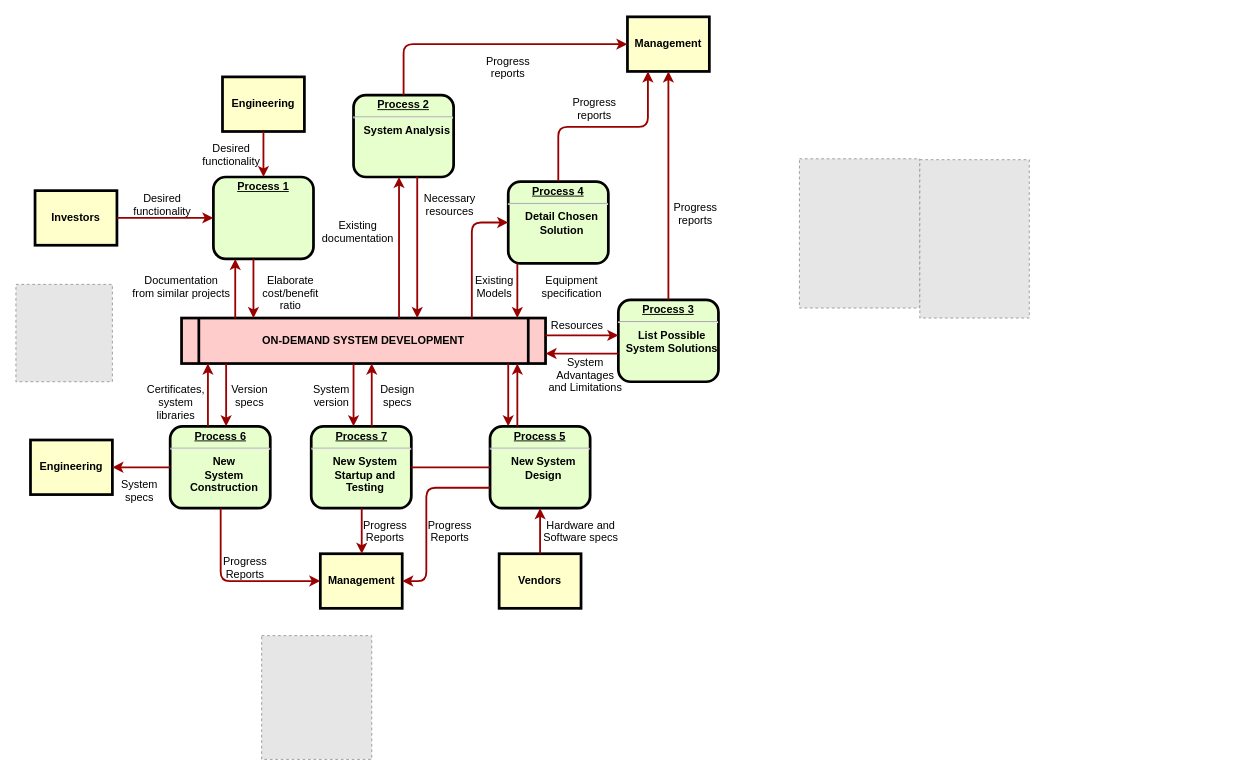
KirisaameMarisa/draw.io keeps this draw.io diagram as 毕业论文框架图.drawio. Above is the earlier version. Source tidied: cells renumbered, new cells numbered last; positions are measured from the earlier drawing's top-left corner, leaving out a move shared by most shapes. Both pictures are drawn from the tidied source at 91%, with x=0, y=0 at pixel (15, 16). Pictures stored in the file or linked from it are replaced by grey dashed boxes.
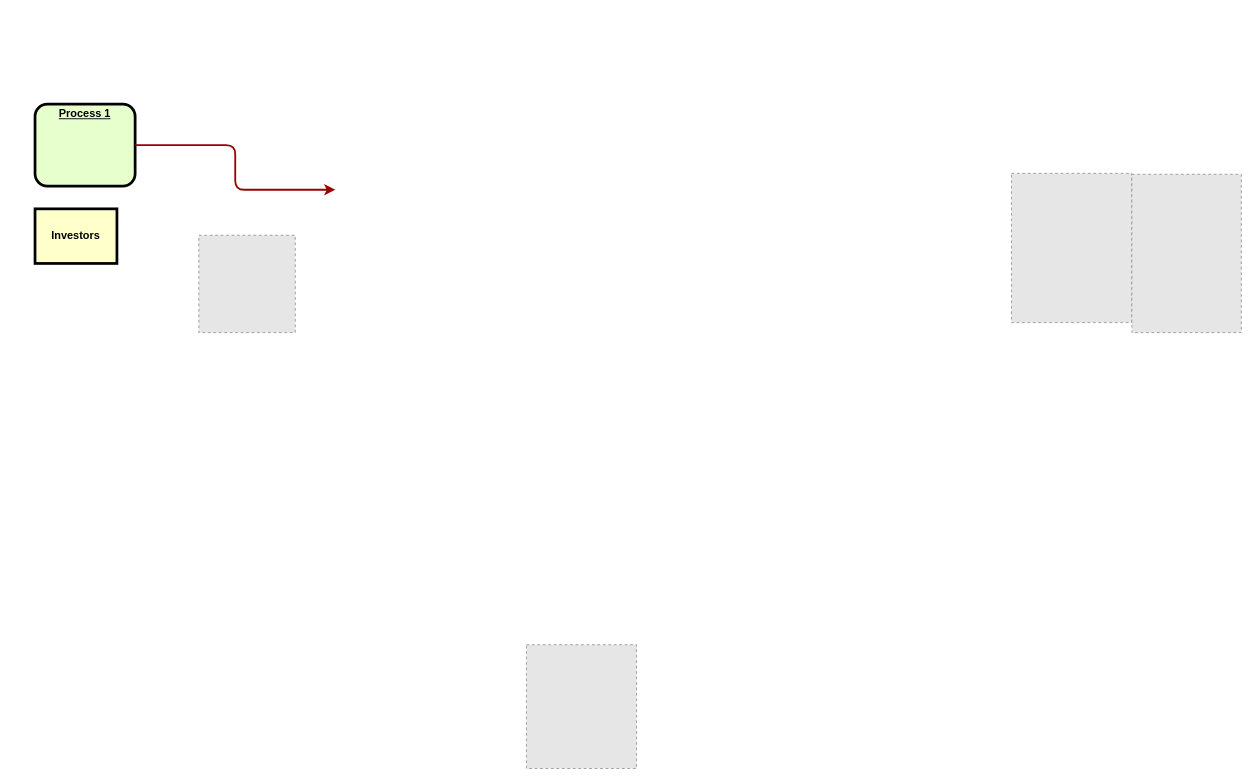
Above is the later version.

Commit message (it also covers changes not shown here):
更新毕业论文框架图.drawio

Diff of the diagram source:
```diff
@@
     <mxCell id="2" value="&lt;p style=&quot;margin: 0px; margin-top: 4px; text-align: center; text-decoration: underline;&quot;&gt;&lt;strong&gt;Process 1&lt;/strong&gt;&lt;/p&gt;&lt;p style=&quot;margin: 0px; margin-left: 8px;&quot;&gt;&lt;br&gt;&lt;/p&gt;" style="verticalAlign=middle;align=center;overflow=fill;fontSize=12;fontFamily=Helvetica;html=1;rounded=1;fontStyle=1;strokeWidth=3;fillColor=#E6FFCC;" parent="1" vertex="1">
-      <mxGeometry x="217" y="176" width="110" height="90" as="geometry" />
+      <mxGeometry x="21" y="96" width="110" height="90" as="geometry" />
     </mxCell>
-    <mxCell id="3" value="Engineering" style="whiteSpace=wrap;align=center;verticalAlign=middle;fontStyle=1;strokeWidth=3;fillColor=#FFFFCC;" parent="1" vertex="1">
-      <mxGeometry x="227" y="66" width="90" height="60" as="geometry" />
-    </mxCell>
     <mxCell id="4" value="Investors" style="whiteSpace=wrap;align=center;verticalAlign=middle;fontStyle=1;strokeWidth=3;fillColor=#FFFFCC;" parent="1" vertex="1">
-      <mxGeometry x="21" y="191" width="90" height="60" as="geometry" />
+      <mxGeometry x="21" y="211" width="90" height="60" as="geometry" />
     </mxCell>
-    <mxCell id="5" value="ON-DEMAND SYSTEM DEVELOPMENT" style="shape=process;whiteSpace=wrap;align=center;verticalAlign=middle;size=0.0475;fontStyle=1;strokeWidth=3;fillColor=#FFCCCC;" parent="1" vertex="1">
-      <mxGeometry x="182" y="331" width="400" height="50" as="geometry" />
-    </mxCell>
-    <mxCell id="6" value="&lt;p style=&quot;margin: 0px; margin-top: 4px; text-align: center; text-decoration: underline;&quot;&gt;&lt;strong&gt;Process 2&lt;br /&gt;&lt;/strong&gt;&lt;/p&gt;&lt;hr /&gt;&lt;p style=&quot;margin: 0px; margin-left: 8px;&quot;&gt;System Analysis&lt;/p&gt;" style="verticalAlign=middle;align=center;overflow=fill;fontSize=12;fontFamily=Helvetica;html=1;rounded=1;fontStyle=1;strokeWidth=3;fillColor=#E6FFCC;" parent="1" vertex="1">
-      <mxGeometry x="371" y="86" width="110" height="90" as="geometry" />
-    </mxCell>
-    <mxCell id="7" value="&lt;p style=&quot;margin: 0px; margin-top: 4px; text-align: center; text-decoration: underline;&quot;&gt;&lt;strong&gt;&lt;strong&gt;Process&lt;/strong&gt; 3&lt;br /&gt;&lt;/strong&gt;&lt;/p&gt;&lt;hr /&gt;&lt;p style=&quot;margin: 0px; margin-left: 8px;&quot;&gt;List Possible&lt;/p&gt;&lt;p style=&quot;margin: 0px; margin-left: 8px;&quot;&gt;System Solutions&lt;/p&gt;" style="verticalAlign=middle;align=center;overflow=fill;fontSize=12;fontFamily=Helvetica;html=1;rounded=1;fontStyle=1;strokeWidth=3;fillColor=#E6FFCC;" parent="1" vertex="1">
-      <mxGeometry x="662" y="311" width="110" height="90" as="geometry" />
-    </mxCell>
-    <mxCell id="8" value="&lt;p style=&quot;margin: 0px; margin-top: 4px; text-align: center; text-decoration: underline;&quot;&gt;&lt;strong&gt;&lt;strong&gt;Process&lt;/strong&gt; 4&lt;br /&gt;&lt;/strong&gt;&lt;/p&gt;&lt;hr /&gt;&lt;p style=&quot;margin: 0px; margin-left: 8px;&quot;&gt;Detail Chosen&lt;/p&gt;&lt;p style=&quot;margin: 0px; margin-left: 8px;&quot;&gt;Solution&lt;/p&gt;" style="verticalAlign=middle;align=center;overflow=fill;fontSize=12;fontFamily=Helvetica;html=1;rounded=1;fontStyle=1;strokeWidth=3;fillColor=#E6FFCC;" parent="1" vertex="1">
-      <mxGeometry x="541" y="181" width="110" height="90" as="geometry" />
-    </mxCell>
-    <mxCell id="9" value="&lt;p style=&quot;margin: 0px; margin-top: 4px; text-align: center; text-decoration: underline;&quot;&gt;&lt;strong&gt;&lt;strong&gt;Process&lt;/strong&gt; 5&lt;br /&gt;&lt;/strong&gt;&lt;/p&gt;&lt;hr /&gt;&lt;p style=&quot;margin: 0px; margin-left: 8px;&quot;&gt;New System&lt;/p&gt;&lt;p style=&quot;margin: 0px; margin-left: 8px;&quot;&gt;Design&lt;/p&gt;" style="verticalAlign=middle;align=center;overflow=fill;fontSize=12;fontFamily=Helvetica;html=1;rounded=1;fontStyle=1;strokeWidth=3;fillColor=#E6FFCC;" parent="1" vertex="1">
-      <mxGeometry x="521" y="450" width="110" height="90" as="geometry" />
-    </mxCell>
-    <mxCell id="10" value="&lt;p style=&quot;margin: 0px; margin-top: 4px; text-align: center; text-decoration: underline;&quot;&gt;&lt;strong&gt;&lt;strong&gt;Process&lt;/strong&gt; 6&lt;br /&gt;&lt;/strong&gt;&lt;/p&gt;&lt;hr /&gt;&lt;p style=&quot;margin: 0px; margin-left: 8px;&quot;&gt;New&lt;/p&gt;&lt;p style=&quot;margin: 0px; margin-left: 8px;&quot;&gt;System&lt;/p&gt;&lt;p style=&quot;margin: 0px; margin-left: 8px;&quot;&gt;Construction&lt;/p&gt;" style="verticalAlign=middle;align=center;overflow=fill;fontSize=12;fontFamily=Helvetica;html=1;rounded=1;fontStyle=1;strokeWidth=3;fillColor=#E6FFCC;" parent="1" vertex="1">
-      <mxGeometry x="169.5" y="450" width="110" height="90" as="geometry" />
-    </mxCell>
-    <mxCell id="11" value="Management" style="whiteSpace=wrap;align=center;verticalAlign=middle;fontStyle=1;strokeWidth=3;fillColor=#FFFFCC;" parent="1" vertex="1">
-      <mxGeometry x="672" width="90" height="60" as="geometry" />
-    </mxCell>
-    <mxCell id="12" value="Management" style="whiteSpace=wrap;align=center;verticalAlign=middle;fontStyle=1;strokeWidth=3;fillColor=#FFFFCC;" parent="1" vertex="1">
-      <mxGeometry x="334.5" y="590" width="90" height="60" as="geometry" />
-    </mxCell>
-    <mxCell id="13" value="Engineering" style="whiteSpace=wrap;align=center;verticalAlign=middle;fontStyle=1;strokeWidth=3;fillColor=#FFFFCC;" parent="1" vertex="1">
-      <mxGeometry x="16" y="465" width="90" height="60" as="geometry" />
-    </mxCell>
-    <mxCell id="14" value="Vendors" style="whiteSpace=wrap;align=center;verticalAlign=middle;fontStyle=1;strokeWidth=3;fillColor=#FFFFCC;" parent="1" vertex="1">
-      <mxGeometry x="531" y="590" width="90" height="60" as="geometry" />
-    </mxCell>
-    <mxCell id="15" style="edgeStyle=none;noEdgeStyle=1;strokeColor=#990000;strokeWidth=2;" parent="1" edge="1" source="3" target="2">
-      <mxGeometry relative="1" as="geometry" />
-    </mxCell>
-    <mxCell id="16" style="edgeStyle=none;noEdgeStyle=1;strokeColor=#990000;strokeWidth=2;" parent="1" edge="1" source="4" target="2">
-      <mxGeometry relative="1" as="geometry" />
-    </mxCell>
-    <mxCell id="17" value="&lt;p style=&quot;margin: 0px; margin-top: 4px; text-align: center; text-decoration: underline;&quot;&gt;&lt;strong&gt;&lt;strong&gt;Process&lt;/strong&gt; 7&lt;br /&gt;&lt;/strong&gt;&lt;/p&gt;&lt;hr /&gt;&lt;p style=&quot;margin: 0px; margin-left: 8px;&quot;&gt;New System&lt;/p&gt;&lt;p style=&quot;margin: 0px; margin-left: 8px;&quot;&gt;Startup and&lt;/p&gt;&lt;p style=&quot;margin: 0px; margin-left: 8px;&quot;&gt;Testing&lt;/p&gt;" style="verticalAlign=middle;align=center;overflow=fill;fontSize=12;fontFamily=Helvetica;html=1;rounded=1;fontStyle=1;strokeWidth=3;fillColor=#E6FFCC;" parent="1" vertex="1">
-      <mxGeometry x="324.5" y="450" width="110" height="90" as="geometry" />
-    </mxCell>
-    <mxCell id="18" style="endArrow=none;noEdgeStyle=1;strokeColor=#990000;strokeWidth=2;" parent="1" edge="1" source="9" target="17">
-      <mxGeometry relative="1" as="geometry" />
-    </mxCell>
-    <mxCell id="19" value="Desired &#10;functionality" style="text;spacingTop=-5;align=center;" parent="1" vertex="1">
-      <mxGeometry x="146" y="191" width="30" height="20" as="geometry" />
-    </mxCell>
-    <mxCell id="20" value="Desired &#10;functionality" style="text;spacingTop=-5;align=center;" parent="1" vertex="1">
-      <mxGeometry x="222" y="136" width="30" height="20" as="geometry" />
-    </mxCell>
-    <mxCell id="21" value="Documentation&#10;from similar projects" style="text;spacingTop=-5;align=center;" parent="1" vertex="1">
-      <mxGeometry x="167" y="281" width="30" height="20" as="geometry" />
-    </mxCell>
-    <mxCell id="22" style="edgeStyle=elbowEdgeStyle;elbow=horizontal;strokeColor=#990000;strokeWidth=2;" parent="1" edge="1" source="5" target="2">
-      <mxGeometry relative="1" as="geometry">
-        <Array as="points">
-          <mxPoint x="241" y="310" />
-        </Array>
-      </mxGeometry>
-    </mxCell>
-    <mxCell id="23" style="edgeStyle=elbowEdgeStyle;elbow=horizontal;strokeColor=#990000;strokeWidth=2;" parent="1" edge="1" source="2" target="5">
+    <mxCell id="23" style="edgeStyle=elbowEdgeStyle;elbow=horizontal;strokeColor=#990000;strokeWidth=2;" parent="1" edge="1" source="2">
       <mxGeometry relative="1" as="geometry">
-        <Array as="points">
-          <mxPoint x="261" y="300" />
-        </Array>
+        <mxPoint x="351" y="190" as="targetPoint" />
       </mxGeometry>
     </mxCell>
-    <mxCell id="24" value="Elaborate&#10;cost/benefit&#10;ratio" style="text;spacingTop=-5;align=center;" parent="1" vertex="1">
-      <mxGeometry x="287" y="281" width="30" height="20" as="geometry" />
-    </mxCell>
-    <mxCell id="25" style="edgeStyle=elbowEdgeStyle;elbow=horizontal;strokeColor=#990000;strokeWidth=2;" parent="1" edge="1" source="5" target="6">
-      <mxGeometry relative="1" as="geometry">
-        <Array as="points">
-          <mxPoint x="421" y="250" />
-        </Array>
-      </mxGeometry>
-    </mxCell>
-    <mxCell id="26" style="edgeStyle=elbowEdgeStyle;elbow=horizontal;strokeColor=#990000;strokeWidth=2;" parent="1" edge="1" source="6" target="5">
-      <mxGeometry relative="1" as="geometry">
-        <Array as="points">
-          <mxPoint x="441" y="260" />
-        </Array>
-      </mxGeometry>
-    </mxCell>
-    <mxCell id="27" value="Existing&#10;documentation" style="text;spacingTop=-5;align=center;" parent="1" vertex="1">
-      <mxGeometry x="361" y="221" width="30" height="20" as="geometry" />
-    </mxCell>
-    <mxCell id="28" value="Necessary&#10;resources" style="text;spacingTop=-5;align=center;" parent="1" vertex="1">
-      <mxGeometry x="462" y="191" width="30" height="20" as="geometry" />
-    </mxCell>
-    <mxCell id="29" value="Progress&#10;reports" style="text;spacingTop=-5;align=center;" parent="1" vertex="1">
-      <mxGeometry x="526" y="40" width="30" height="20" as="geometry" />
-    </mxCell>
-    <mxCell id="30" value="Progress&#10;reports" style="text;spacingTop=-5;align=center;" parent="1" vertex="1">
-      <mxGeometry x="621" y="86" width="30" height="20" as="geometry" />
-    </mxCell>
-    <mxCell id="31" value="Progress&#10;reports" style="text;spacingTop=-5;align=center;" parent="1" vertex="1">
-      <mxGeometry x="732" y="201" width="30" height="20" as="geometry" />
-    </mxCell>
-    <mxCell id="32" style="edgeStyle=elbowEdgeStyle;elbow=horizontal;strokeColor=#990000;strokeWidth=2;" parent="1" edge="1" source="6" target="11">
-      <mxGeometry relative="1" as="geometry">
-        <Array as="points">
-          <mxPoint x="426" y="80" />
-        </Array>
-      </mxGeometry>
-    </mxCell>
-    <mxCell id="33" style="edgeStyle=elbowEdgeStyle;elbow=vertical;entryX=0.25;entryY=1;strokeColor=#990000;strokeWidth=2;" parent="1" edge="1" source="8" target="11">
-      <mxGeometry relative="1" as="geometry" />
-    </mxCell>
-    <mxCell id="34" style="edgeStyle=elbowEdgeStyle;elbow=horizontal;strokeColor=#990000;strokeWidth=2;" parent="1" edge="1" source="7" target="11">
-      <mxGeometry relative="1" as="geometry" />
-    </mxCell>
-    <mxCell id="35" style="edgeStyle=elbowEdgeStyle;elbow=horizontal;strokeColor=#990000;strokeWidth=2;" parent="1" edge="1" source="8" target="5">
-      <mxGeometry relative="1" as="geometry">
-        <Array as="points">
-          <mxPoint x="551" y="300" />
-        </Array>
-      </mxGeometry>
-    </mxCell>
-    <mxCell id="36" style="edgeStyle=segmentEdgeStyle;strokeColor=#990000;strokeWidth=2;" parent="1" edge="1" source="5" target="8">
-      <mxGeometry relative="1" as="geometry">
-        <Array as="points">
-          <mxPoint x="501" y="226" />
-        </Array>
-      </mxGeometry>
-    </mxCell>
-    <mxCell id="37" value="Existing&#10;Models" style="text;spacingTop=-5;align=center;" parent="1" vertex="1">
-      <mxGeometry x="511" y="281" width="30" height="20" as="geometry" />
-    </mxCell>
-    <mxCell id="38" value="Equipment&#10;specification" style="text;spacingTop=-5;align=center;" parent="1" vertex="1">
-      <mxGeometry x="596" y="281" width="30" height="20" as="geometry" />
-    </mxCell>
-    <mxCell id="39" style="edgeStyle=elbowEdgeStyle;elbow=vertical;strokeColor=#990000;strokeWidth=2;" parent="1" edge="1" source="5" target="7">
-      <mxGeometry relative="1" as="geometry">
-        <Array as="points">
-          <mxPoint x="631" y="350" />
-        </Array>
-      </mxGeometry>
-    </mxCell>
-    <mxCell id="40" style="edgeStyle=elbowEdgeStyle;elbow=vertical;strokeColor=#990000;strokeWidth=2;" parent="1" edge="1" source="7" target="5">
-      <mxGeometry relative="1" as="geometry">
-        <Array as="points">
-          <mxPoint x="631" y="370" />
-        </Array>
-      </mxGeometry>
-    </mxCell>
-    <mxCell id="41" value="Resources" style="text;spacingTop=-5;align=center;" parent="1" vertex="1">
-      <mxGeometry x="602" y="331" width="30" height="20" as="geometry" />
-    </mxCell>
-    <mxCell id="42" value="System &#10;Advantages &#10;and Limitations" style="text;spacingTop=-5;align=center;" parent="1" vertex="1">
-      <mxGeometry x="611" y="371" width="30" height="20" as="geometry" />
-    </mxCell>
-    <mxCell id="43" style="edgeStyle=elbowEdgeStyle;elbow=horizontal;strokeColor=#990000;strokeWidth=2;" parent="1" edge="1" source="9" target="5">
-      <mxGeometry relative="1" as="geometry">
-        <Array as="points">
-          <mxPoint x="551" y="410" />
-        </Array>
-      </mxGeometry>
-    </mxCell>
-    <mxCell id="44" style="edgeStyle=elbowEdgeStyle;elbow=horizontal;strokeColor=#990000;strokeWidth=2;" parent="1" edge="1" source="5" target="9">
-      <mxGeometry relative="1" as="geometry">
-        <Array as="points">
-          <mxPoint x="541" y="420" />
-        </Array>
-      </mxGeometry>
-    </mxCell>
-    <mxCell id="45" style="edgeStyle=elbowEdgeStyle;elbow=horizontal;strokeColor=#990000;strokeWidth=2;" parent="1" edge="1" source="14" target="9">
-      <mxGeometry relative="1" as="geometry" />
-    </mxCell>
-    <mxCell id="46" value="Hardware and&#10;Software specs" style="text;spacingTop=-5;align=center;" parent="1" vertex="1">
-      <mxGeometry x="606" y="550" width="30" height="20" as="geometry" />
-    </mxCell>
-    <mxCell id="47" style="edgeStyle=elbowEdgeStyle;elbow=horizontal;exitX=0;exitY=0.75;strokeColor=#990000;strokeWidth=2;" parent="1" edge="1" source="9" target="12">
-      <mxGeometry relative="1" as="geometry">
-        <Array as="points">
-          <mxPoint x="451" y="570" />
-        </Array>
-      </mxGeometry>
-    </mxCell>
-    <mxCell id="48" value="Progress&#10;Reports" style="text;spacingTop=-5;align=center;" parent="1" vertex="1">
-      <mxGeometry x="462" y="550" width="30" height="20" as="geometry" />
-    </mxCell>
-    <mxCell id="49" style="edgeStyle=elbowEdgeStyle;elbow=horizontal;strokeColor=#990000;strokeWidth=2;" parent="1" edge="1" source="17" target="12">
-      <mxGeometry relative="1" as="geometry" />
-    </mxCell>
-    <mxCell id="50" value="Progress&#10;Reports" style="text;spacingTop=-5;align=center;" parent="1" vertex="1">
-      <mxGeometry x="391" y="550" width="30" height="20" as="geometry" />
-    </mxCell>
-    <mxCell id="51" style="edgeStyle=elbowEdgeStyle;elbow=horizontal;strokeColor=#990000;strokeWidth=2;" parent="1" edge="1" source="10" target="12">
-      <mxGeometry relative="1" as="geometry">
-        <Array as="points">
-          <mxPoint x="225" y="570" />
-        </Array>
-      </mxGeometry>
-    </mxCell>
-    <mxCell id="52" value="Progress&#10;Reports" style="text;spacingTop=-5;align=center;" parent="1" vertex="1">
-      <mxGeometry x="237" y="590" width="30" height="20" as="geometry" />
-    </mxCell>
-    <mxCell id="53" style="edgeStyle=elbowEdgeStyle;elbow=vertical;strokeColor=#990000;strokeWidth=2;" parent="1" edge="1" source="10" target="13">
-      <mxGeometry relative="1" as="geometry" />
-    </mxCell>
-    <mxCell id="54" style="edgeStyle=elbowEdgeStyle;elbow=horizontal;strokeColor=#990000;strokeWidth=2;" parent="1" edge="1" source="5" target="17">
-      <mxGeometry relative="1" as="geometry">
-        <Array as="points">
-          <mxPoint x="371" y="410" />
-        </Array>
-      </mxGeometry>
-    </mxCell>
-    <mxCell id="55" style="edgeStyle=elbowEdgeStyle;elbow=horizontal;strokeColor=#990000;strokeWidth=2;" parent="1" edge="1" source="17" target="5">
-      <mxGeometry relative="1" as="geometry">
-        <Array as="points">
-          <mxPoint x="391" y="410" />
-        </Array>
-      </mxGeometry>
-    </mxCell>
-    <mxCell id="56" value="Version&#10;specs" style="text;spacingTop=-5;align=center;" parent="1" vertex="1">
-      <mxGeometry x="242" y="401" width="30" height="20" as="geometry" />
-    </mxCell>
-    <mxCell id="57" value="Certificates,&#10;system&#10;libraries" style="text;spacingTop=-5;align=center;" parent="1" vertex="1">
-      <mxGeometry x="161" y="401" width="30" height="20" as="geometry" />
-    </mxCell>
-    <mxCell id="58" style="edgeStyle=elbowEdgeStyle;elbow=horizontal;strokeColor=#990000;strokeWidth=2;" parent="1" edge="1" source="5" target="10">
-      <mxGeometry relative="1" as="geometry">
-        <Array as="points">
-          <mxPoint x="231" y="410" />
-        </Array>
-      </mxGeometry>
-    </mxCell>
-    <mxCell id="59" style="edgeStyle=elbowEdgeStyle;elbow=horizontal;strokeColor=#990000;strokeWidth=2;" parent="1" edge="1" source="10" target="5">
-      <mxGeometry relative="1" as="geometry">
-        <Array as="points">
-          <mxPoint x="211" y="410" />
-        </Array>
-      </mxGeometry>
-    </mxCell>
-    <mxCell id="60" value="System&#10;specs" style="text;spacingTop=-5;align=center;" parent="1" vertex="1">
-      <mxGeometry x="121" y="505" width="30" height="20" as="geometry" />
-    </mxCell>
-    <mxCell id="61" value="Design&#10;specs" style="text;spacingTop=-5;align=center;" parent="1" vertex="1">
-      <mxGeometry x="404.5" y="401" width="30" height="20" as="geometry" />
-    </mxCell>
-    <mxCell id="62" value="System&#10;version" style="text;spacingTop=-5;align=center;" parent="1" vertex="1">
-      <mxGeometry x="332" y="401" width="30" height="20" as="geometry" />
-    </mxCell>
     <mxCell id="63" style="fillColor=#E6E6E6;strokeColor=#999999;dashed=1;verticalLabelPosition=bottom;labelBackgroundColor=default;verticalAlign=top;" parent="1" vertex="1">
-      <mxGeometry y="294" width="106" height="107" as="geometry" />
+      <mxGeometry x="201" y="240" width="106" height="107" as="geometry" />
     </mxCell>
     <mxCell id="64" style="fillColor=#E6E6E6;strokeColor=#999999;dashed=1;verticalLabelPosition=bottom;labelBackgroundColor=default;verticalAlign=top;" parent="1" vertex="1">
-      <mxGeometry x="861" y="156" width="132.3" height="164" as="geometry" />
+      <mxGeometry x="1094" y="172" width="132.3" height="164" as="geometry" />
     </mxCell>
     <mxCell id="65" style="fillColor=#E6E6E6;strokeColor=#999999;dashed=1;verticalLabelPosition=bottom;labelBackgroundColor=default;verticalAlign=top;" parent="1" vertex="1">
-      <mxGeometry x="993.3" y="157" width="120.3" height="174" as="geometry" />
+      <mxGeometry x="1226.3" y="173" width="120.3" height="174" as="geometry" />
     </mxCell>
     <mxCell id="66" style="fillColor=#E6E6E6;strokeColor=#999999;dashed=1;verticalLabelPosition=bottom;labelBackgroundColor=default;verticalAlign=top;" parent="1" vertex="1">
-      <mxGeometry x="270" y="680" width="121" height="136" as="geometry" />
+      <mxGeometry x="561" y="690" width="121" height="136" as="geometry" />
     </mxCell>
```
